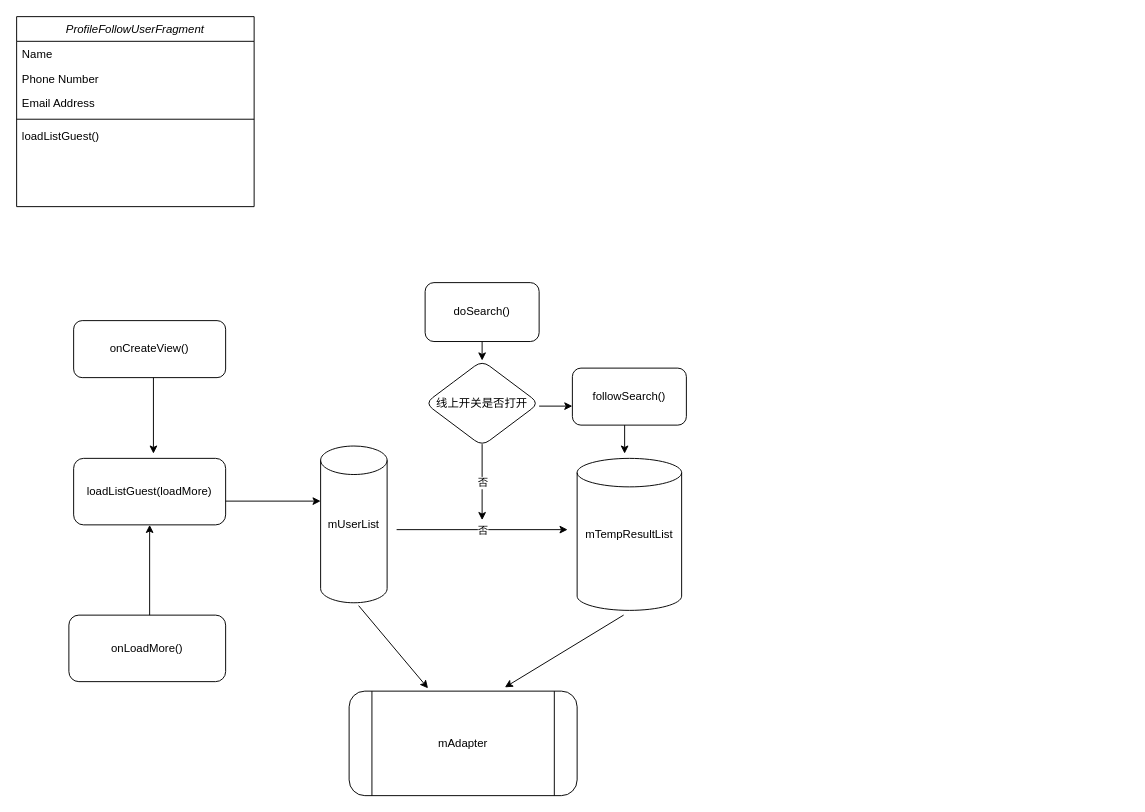
The draw.io diagram 技术方案.drawio in Alinvor/nodedemo, before the edit. Source tidied: cells renumbered, new cells numbered last; positions are measured from the earlier drawing's top-left corner, leaving out a move shared by most shapes. Both pictures are drawn from the tidied source at 95%, with x=0, y=0 at pixel (16, 16).
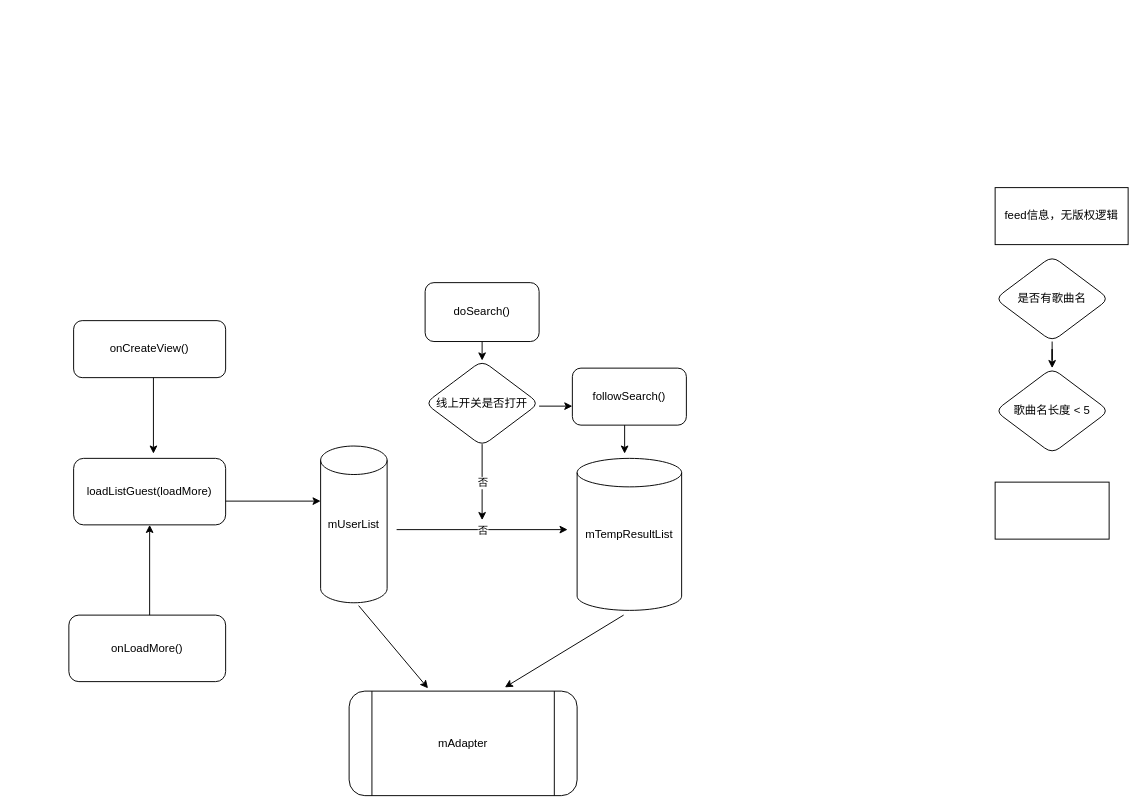
After the change.

Commit message:
更新技术方案.drawio

Change to the diagram source:
```diff
@@
-    <mxCell id="22" value="ProfileFollowUserFragment" style="swimlane;fontStyle=2;align=center;verticalAlign=top;horizontal=1;startSize=26;rounded=0;shadow=0;strokeWidth=1;" parent="1" vertex="1">
-      <mxGeometry width="250" height="200" as="geometry" />
-    </mxCell>
-    <mxCell id="23" value="Name" style="text;align=left;verticalAlign=top;spacingLeft=4;spacingRight=4;overflow=hidden;" parent="22" vertex="1">
-      <mxGeometry y="26" width="250" height="26" as="geometry" />
-    </mxCell>
-    <mxCell id="24" value="Phone Number" style="text;align=left;verticalAlign=top;spacingLeft=4;spacingRight=4;overflow=hidden;rounded=0;shadow=0;html=0;" parent="22" vertex="1">
-      <mxGeometry y="52" width="250" height="26" as="geometry" />
-    </mxCell>
-    <mxCell id="25" value="Email Address" style="text;align=left;verticalAlign=top;spacingLeft=4;spacingRight=4;overflow=hidden;rounded=0;shadow=0;html=0;" parent="22" vertex="1">
-      <mxGeometry y="78" width="250" height="26" as="geometry" />
-    </mxCell>
-    <mxCell id="26" style="line;html=1;strokeWidth=1;align=left;verticalAlign=middle;spacingTop=-1;spacingLeft=3;spacingRight=3;labelPosition=right;" parent="22" vertex="1">
-      <mxGeometry y="104" width="250" height="8" as="geometry" />
-    </mxCell>
-    <mxCell id="27" value="loadListGuest()" style="text;align=left;verticalAlign=top;spacingLeft=4;spacingRight=4;overflow=hidden;" parent="22" vertex="1">
-      <mxGeometry y="112" width="250" height="26" as="geometry" />
-    </mxCell>
@@
+    <mxCell id="29" style="edgeStyle=orthogonalEdgeStyle;rounded=0;jettySize=auto;html=1;" parent="1" edge="1" source="30" target="32">
+      <mxGeometry relative="1" as="geometry" />
+    </mxCell>
+    <mxCell id="30" value="是否有歌曲名" style="rhombus;whiteSpace=wrap;html=1;rounded=1;" parent="1" vertex="1">
+      <mxGeometry x="1030" y="252" width="120" height="90" as="geometry" />
+    </mxCell>
+    <mxCell id="31" value="feed信息，无版权逻辑" style="rounded=0;whiteSpace=wrap;html=1;" parent="1" vertex="1">
+      <mxGeometry x="1030" y="180" width="140" height="60" as="geometry" />
+    </mxCell>
+    <mxCell id="32" value="歌曲名长度 &amp;lt; 5" style="rhombus;whiteSpace=wrap;html=1;rounded=1;" parent="1" vertex="1">
+      <mxGeometry x="1030" y="370" width="120" height="90" as="geometry" />
+    </mxCell>
+    <mxCell id="33" style="whiteSpace=wrap;html=1;" parent="1" vertex="1">
+      <mxGeometry x="1030" y="490" width="120" height="60" as="geometry" />
+    </mxCell>
```
